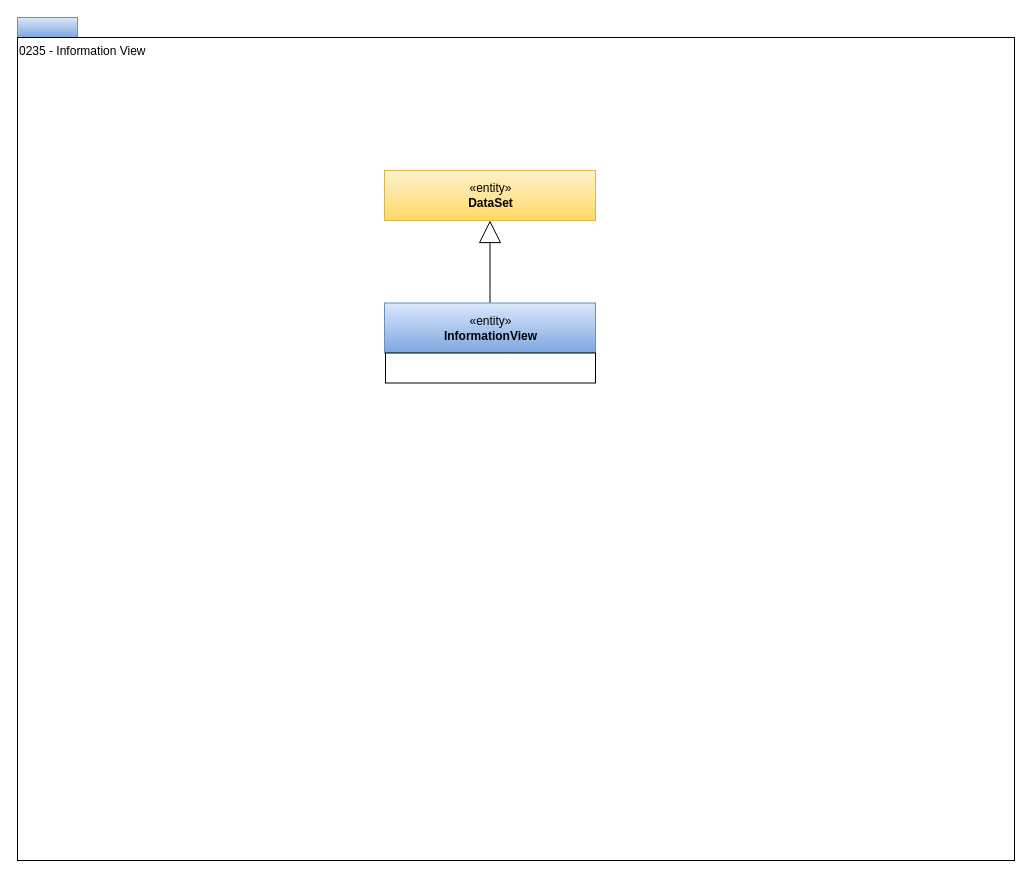
Above: page "0235-Information-View" (18 of 24) of site/docs/types/2/area-2-assets.drawio in odpi/egeria-docs (draw.io), before the change. Source tidied: cells renumbered, new cells numbered last; positions are measured from the earlier drawing's top-left corner, leaving out a move shared by most shapes. Both pictures are drawn from the tidied source at 100%, with x=0, y=0 at pixel (17, 17).
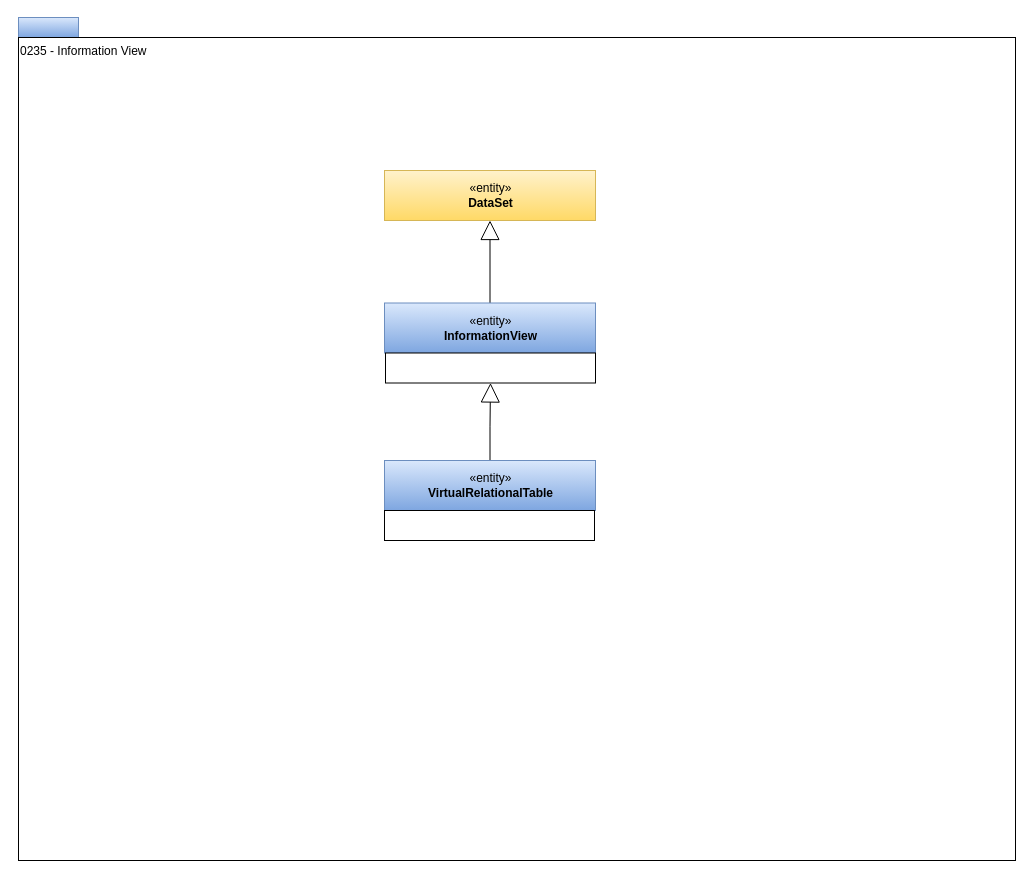
Above is the later version.

Commit message (it also covers changes not shown here):
Add VirtualRelationalTable type

Diff of the diagram source:
```diff
@@
 <mxGraphModel>
   <root>
     <mxCell id="0" />
     <mxCell id="1" parent="0" />
     <mxCell id="2" style="rounded=0;whiteSpace=wrap;html=1;align=left;fillColor=#dae8fc;strokeColor=#6c8ebf;gradientColor=#7ea6e0;" parent="1" vertex="1">
-      <mxGeometry width="60" height="20" as="geometry" />
+      <mxGeometry x="1" width="60" height="20" as="geometry" />
     </mxCell>
     <mxCell id="3" value="0235 - Information View" style="rounded=0;whiteSpace=wrap;html=1;align=left;verticalAlign=top;" parent="1" vertex="1">
-      <mxGeometry y="20" width="997" height="823" as="geometry" />
+      <mxGeometry x="1" y="20" width="997" height="823" as="geometry" />
     </mxCell>
     <mxCell id="4" value="«entity»&lt;br&gt;&lt;b&gt;DataSet&lt;/b&gt;" style="html=1;strokeColor=#d6b656;align=center;fillColor=#fff2cc;gradientColor=#ffd966;" parent="1" vertex="1">
       <mxGeometry x="367" y="153" width="211" height="50" as="geometry" />
     </mxCell>
-    <mxCell id="5" style="edgeStyle=orthogonalEdgeStyle;rounded=0;jettySize=auto;html=1;exitX=0.5;exitY=0;exitDx=0;exitDy=0;endArrow=block;endFill=0;endSize=20;" parent="1" edge="1" source="6" target="4">
-      <mxGeometry relative="1" as="geometry">
-        <Array as="points">
-          <mxPoint x="473" y="273" />
-          <mxPoint x="473" y="273" />
-        </Array>
-      </mxGeometry>
+    <mxCell id="5" style="edgeStyle=orthogonalEdgeStyle;rounded=0;jettySize=auto;html=1;exitX=0.5;exitY=0;exitDx=0;exitDy=0;endArrow=block;endFill=0;endSize=17;" parent="1" edge="1" source="6" target="4">
+      <mxGeometry relative="1" as="geometry" />
     </mxCell>
     <mxCell id="6" value="«entity»&lt;br&gt;&lt;b&gt;InformationView&lt;/b&gt;" style="html=1;strokeColor=#6c8ebf;align=center;fillColor=#dae8fc;gradientColor=#7ea6e0;" parent="1" vertex="1">
       <mxGeometry x="367" y="285.5" width="211" height="50" as="geometry" />
     </mxCell>
     <mxCell id="7" style="rounded=0;whiteSpace=wrap;html=1;strokeColor=#000000;gradientColor=#ffffff;align=left;" parent="1" vertex="1">
       <mxGeometry x="368" y="335.5" width="210" height="30" as="geometry" />
     </mxCell>
+    <mxCell id="8" style="edgeStyle=orthogonalEdgeStyle;rounded=0;jettySize=auto;html=1;exitX=0.5;exitY=0;exitDx=0;exitDy=0;endArrow=block;endFill=0;endSize=17;" parent="1" edge="1" source="9" target="7">
+      <mxGeometry relative="1" as="geometry" />
+    </mxCell>
+    <mxCell id="9" value="«entity»&lt;br&gt;&lt;b&gt;VirtualRelationalTable&lt;/b&gt;" style="html=1;strokeColor=#6c8ebf;align=center;fillColor=#dae8fc;gradientColor=#7ea6e0;" parent="1" vertex="1">
+      <mxGeometry x="367" y="443" width="211" height="50" as="geometry" />
+    </mxCell>
+    <mxCell id="10" style="rounded=0;whiteSpace=wrap;html=1;strokeColor=#000000;gradientColor=#ffffff;align=left;" parent="1" vertex="1">
+      <mxGeometry x="367" y="493" width="210" height="30" as="geometry" />
+    </mxCell>
   </root>
 </mxGraphModel>
```
